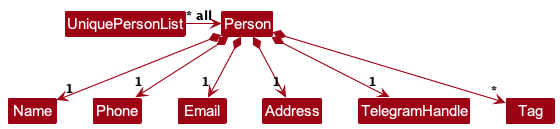
Earlier version of the PlantUML export docs/images/PersonClassDiagram.png (wui-hong/tp).
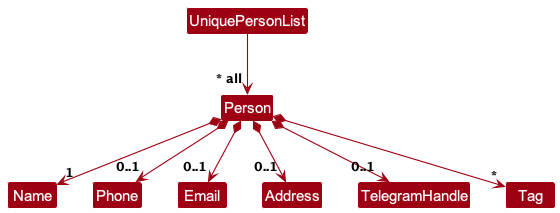
After the commit.

Commit message:
Update person class diagram

What changed in the source:
```diff
@@ -4,12 +4,12 @@
 skinparam arrowColor MODEL_COLOR
 skinparam classBackgroundColor MODEL_COLOR
 
-UniquePersonList -> "~* all" Person
+UniquePersonList --> "~* all" Person
 
 Person *--> "1" Name
-Person *--> "1" Phone
-Person *--> "1" Email
-Person *--> "1" Address
-Person *--> "1" TelegramHandle
+Person *--> "0..1" Phone
+Person *--> "0..1" Email
+Person *--> "0..1" Address
+Person *--> "0..1" TelegramHandle
 Person *--> "*" Tag
 @enduml
```
